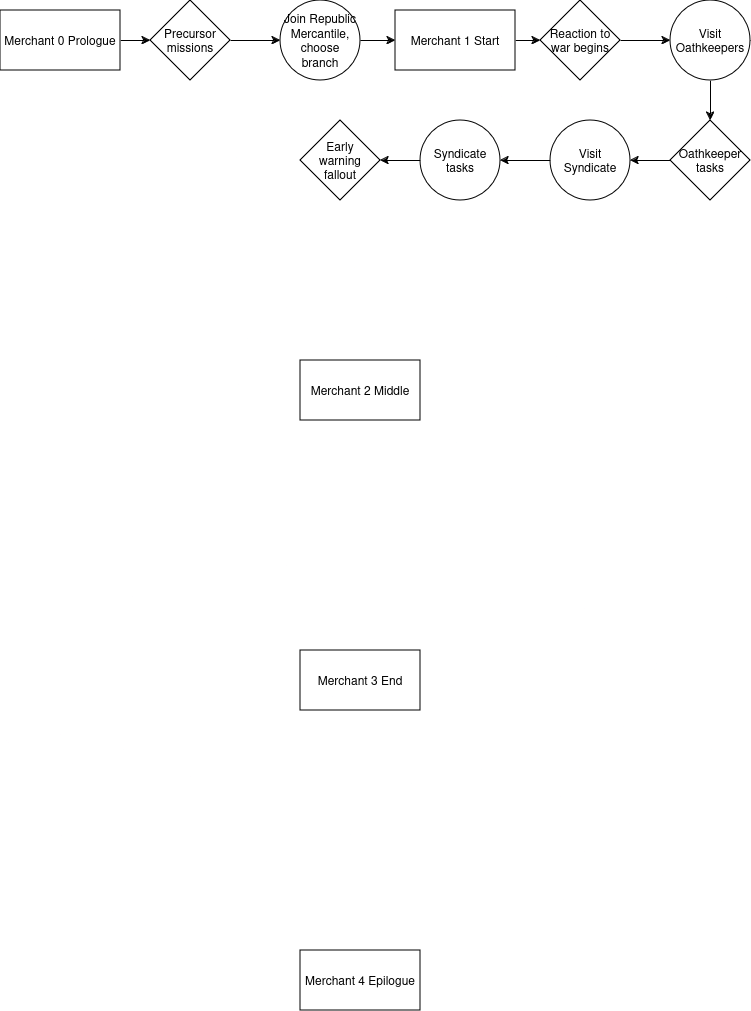
Above: Flowchart.png in ESMerchantCampaign/merchant-campaign (draw.io), before the change. Source tidied: cells renumbered, new cells last; positions are measured from the earlier drawing's top-left corner, leaving out a move shared by most shapes.
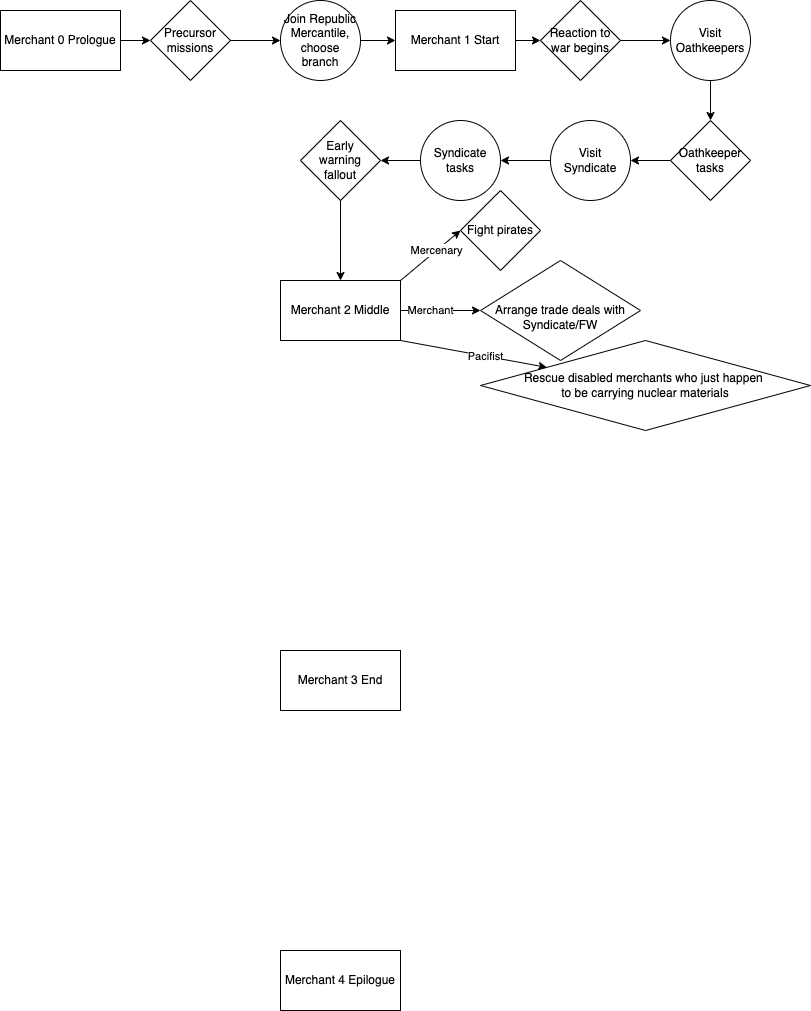
Later version of the same file.

Commit message:
The giraffe3 flowchart update (#12)

Diff of the diagram source:
```diff
@@ -15,13 +15,13 @@
       <mxGeometry x="395" y="10" width="120" height="60" as="geometry" />
     </mxCell>
     <mxCell id="6" value="Merchant 2 Middle" style="rounded=0;whiteSpace=wrap;html=1;" parent="1" vertex="1">
-      <mxGeometry x="300" y="360" width="120" height="60" as="geometry" />
+      <mxGeometry x="280" y="280" width="120" height="60" as="geometry" />
     </mxCell>
     <mxCell id="7" value="Merchant 3 End" style="rounded=0;whiteSpace=wrap;html=1;" parent="1" vertex="1">
-      <mxGeometry x="300" y="650" width="120" height="60" as="geometry" />
+      <mxGeometry x="280" y="650" width="120" height="60" as="geometry" />
     </mxCell>
     <mxCell id="8" value="Merchant 4 Epilogue" style="rounded=0;whiteSpace=wrap;html=1;" parent="1" vertex="1">
-      <mxGeometry x="300" y="950" width="120" height="60" as="geometry" />
+      <mxGeometry x="280" y="950" width="120" height="60" as="geometry" />
     </mxCell>
     <mxCell id="9" style="edgeStyle=orthogonalEdgeStyle;rounded=0;jettySize=auto;html=1;exitX=1;exitY=0.5;exitDx=0;exitDy=0;entryX=0;entryY=0.5;entryDx=0;entryDy=0;" parent="1" edge="1" source="10" target="5">
       <mxGeometry relative="1" as="geometry" />
@@ -68,5 +68,39 @@
     <mxCell id="23" value="Early&lt;br&gt; warning&lt;br&gt;fallout" style="rhombus;whiteSpace=wrap;html=1;" parent="1" vertex="1">
       <mxGeometry x="300" y="120" width="80" height="80" as="geometry" />
     </mxCell>
+    <mxCell id="24" style="endArrow=classic;html=1;rounded=0;exitX=0.5;exitY=1;exitDx=0;exitDy=0;entryX=0.5;entryY=0;entryDx=0;entryDy=0;" parent="1" edge="1" source="23" target="6">
+      <mxGeometry relative="1" as="geometry" />
+    </mxCell>
+    <mxCell id="25" style="endArrow=classic;html=1;rounded=0;exitX=1;exitY=0;exitDx=0;exitDy=0;" parent="1" edge="1" source="6">
+      <mxGeometry relative="1" as="geometry">
+        <mxPoint x="460" y="230" as="targetPoint" />
+      </mxGeometry>
+    </mxCell>
+    <mxCell id="26" value="Mercenary" style="edgeLabel;html=1;align=center;verticalAlign=middle;" parent="25" vertex="1">
+      <mxGeometry x="0.21" y="1" relative="1" as="geometry" />
+    </mxCell>
+    <mxCell id="27" value="Fight pirates" style="rhombus;whiteSpace=wrap;html=1;" parent="1" vertex="1">
+      <mxGeometry x="460" y="190" width="80" height="80" as="geometry" />
+    </mxCell>
+    <mxCell id="28" style="endArrow=classic;html=1;rounded=0;exitX=1;exitY=0.5;exitDx=0;exitDy=0;" parent="1" edge="1" source="6">
+      <mxGeometry relative="1" as="geometry">
+        <mxPoint x="480" y="310" as="targetPoint" />
+      </mxGeometry>
+    </mxCell>
+    <mxCell id="29" value="Merchant" style="edgeLabel;html=1;align=center;verticalAlign=middle;" parent="28" vertex="1">
+      <mxGeometry x="-0.27" y="1" relative="1" as="geometry" />
+    </mxCell>
+    <mxCell id="30" value="&lt;div&gt;&lt;br&gt;&lt;/div&gt;Arrange trade deals with Syndicate/FW" style="rhombus;whiteSpace=wrap;html=1;" parent="1" vertex="1">
+      <mxGeometry x="480" y="260" width="160" height="100" as="geometry" />
+    </mxCell>
+    <mxCell id="31" style="endArrow=classic;html=1;rounded=0;exitX=1;exitY=1;exitDx=0;exitDy=0;" parent="1" edge="1" source="6" target="33">
+      <mxGeometry relative="1" as="geometry" />
+    </mxCell>
+    <mxCell id="32" value="Pacifist" style="edgeLabel;html=1;align=center;verticalAlign=middle;" parent="31" vertex="1">
+      <mxGeometry x="0.16" relative="1" as="geometry" />
+    </mxCell>
+    <mxCell id="33" value="Rescue disabled merchants who just happen&amp;nbsp;&lt;div&gt;to be carrying nuclear materials&lt;/div&gt;" style="rhombus;whiteSpace=wrap;html=1;" parent="1" vertex="1">
+      <mxGeometry x="480" y="340" width="330" height="90" as="geometry" />
+    </mxCell>
   </root>
 </mxGraphModel>
```
